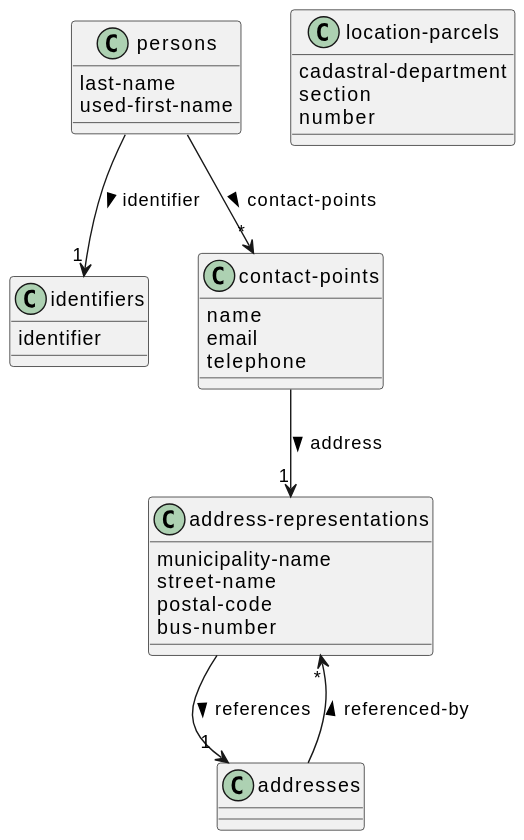
Above: doc/jsonapi-domain.svg in lblod/app-erfgoed-lblod-groep6 (PlantUML), before the change.
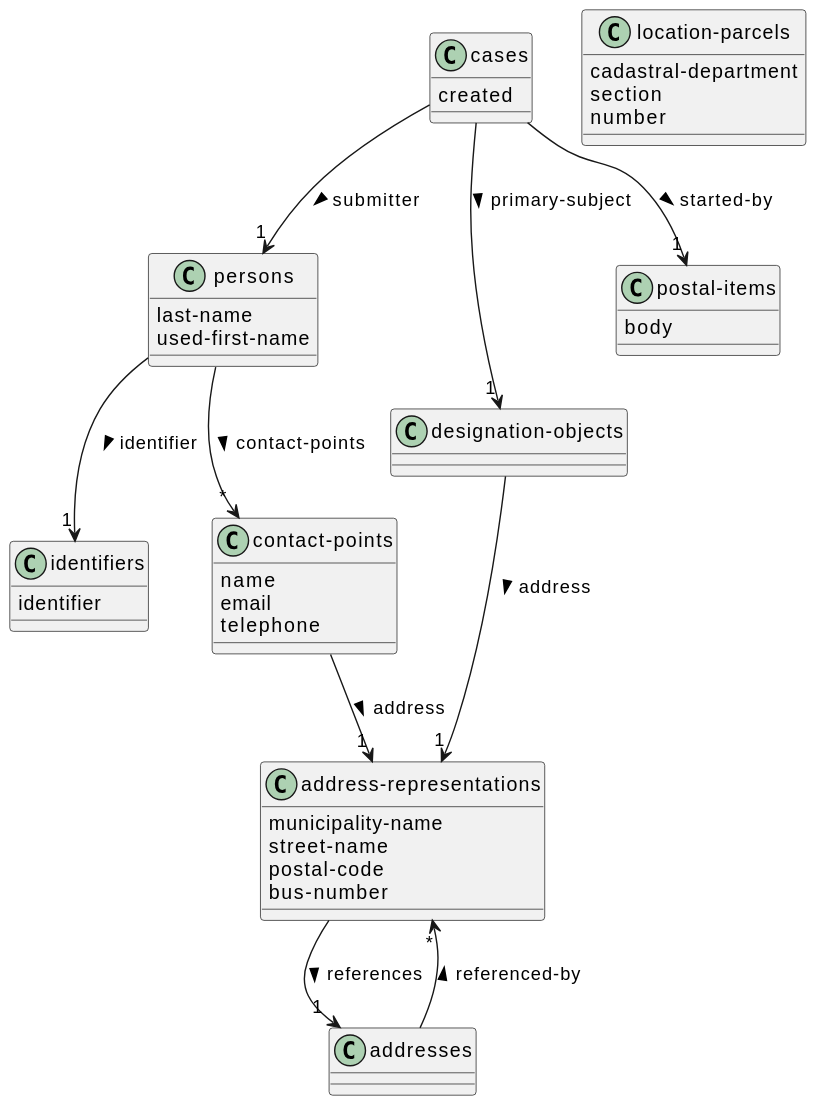
The same diagram one commit later.

The edit, as a diff of the source:
```diff
@@ -7,6 +7,10 @@
 "persons" --> "*" "contact-points" : contact-points >
 class "identifiers"
 "identifiers" : identifier
+class "designation-objects"
+"designation-objects" --> "1" "address-representations" : address >
+class "postal-items"
+"postal-items" : body
 class "addresses"
 "addresses" --> "*" "address-representations" : referenced-by >
 class "location-parcels"
@@ -19,6 +23,11 @@
 "address-representations" : postal-code
 "address-representations" : bus-number
 "address-representations" --> "1" "addresses" : references >
+class "cases"
+"cases" : created
+"cases" --> "1" "postal-items" : started-by >
+"cases" --> "1" "persons" : submitter >
+"cases" --> "1" "designation-objects" : primary-subject >
 class "contact-points"
 "contact-points" : name
 "contact-points" : email
```
